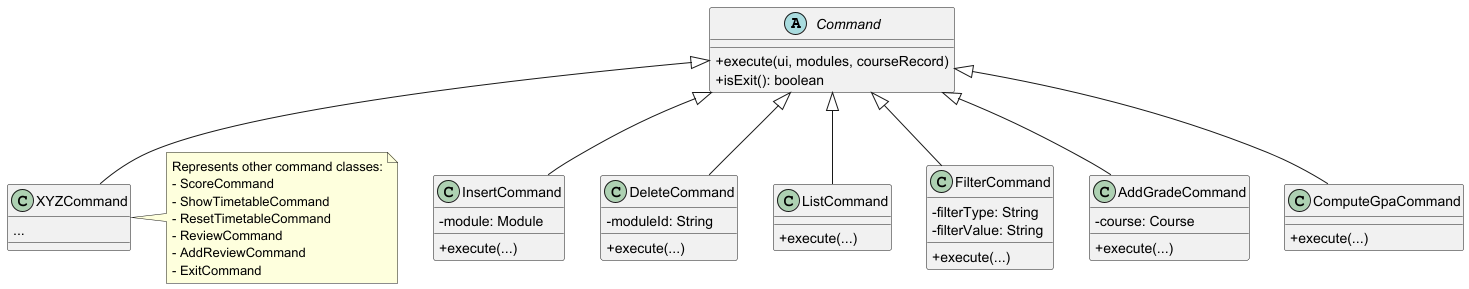
Earlier version of the PlantUML export docs/diagrams/CommandClassDiagram.png (AY2526S1-CS2113-T10-3/tp).
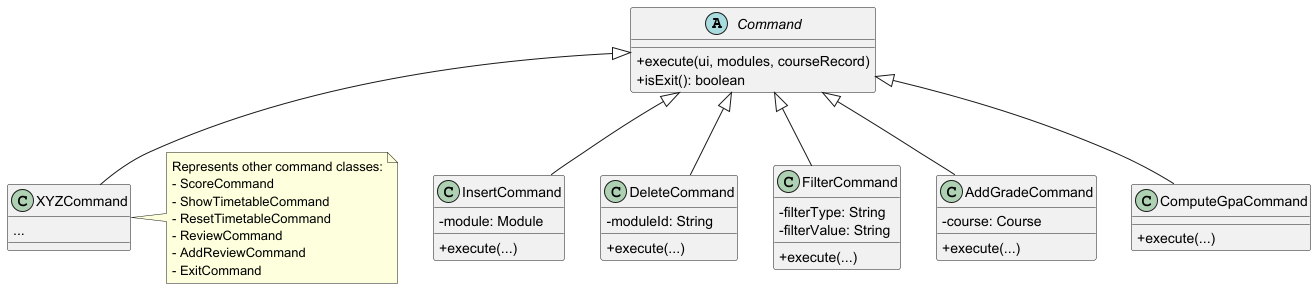
Above is the later version.

Diff of the diagram source:
```diff
@@ -13,10 +13,6 @@
 
 class DeleteCommand {
   - moduleId: String
-  + execute(...)
-}
-
-class ListCommand {
   + execute(...)
 }
 
@@ -41,7 +37,6 @@
 
 Command <|-- InsertCommand
 Command <|-- DeleteCommand
-Command <|-- ListCommand
 Command <|-- FilterCommand
 Command <|-- AddGradeCommand
 Command <|-- ComputeGpaCommand
```
